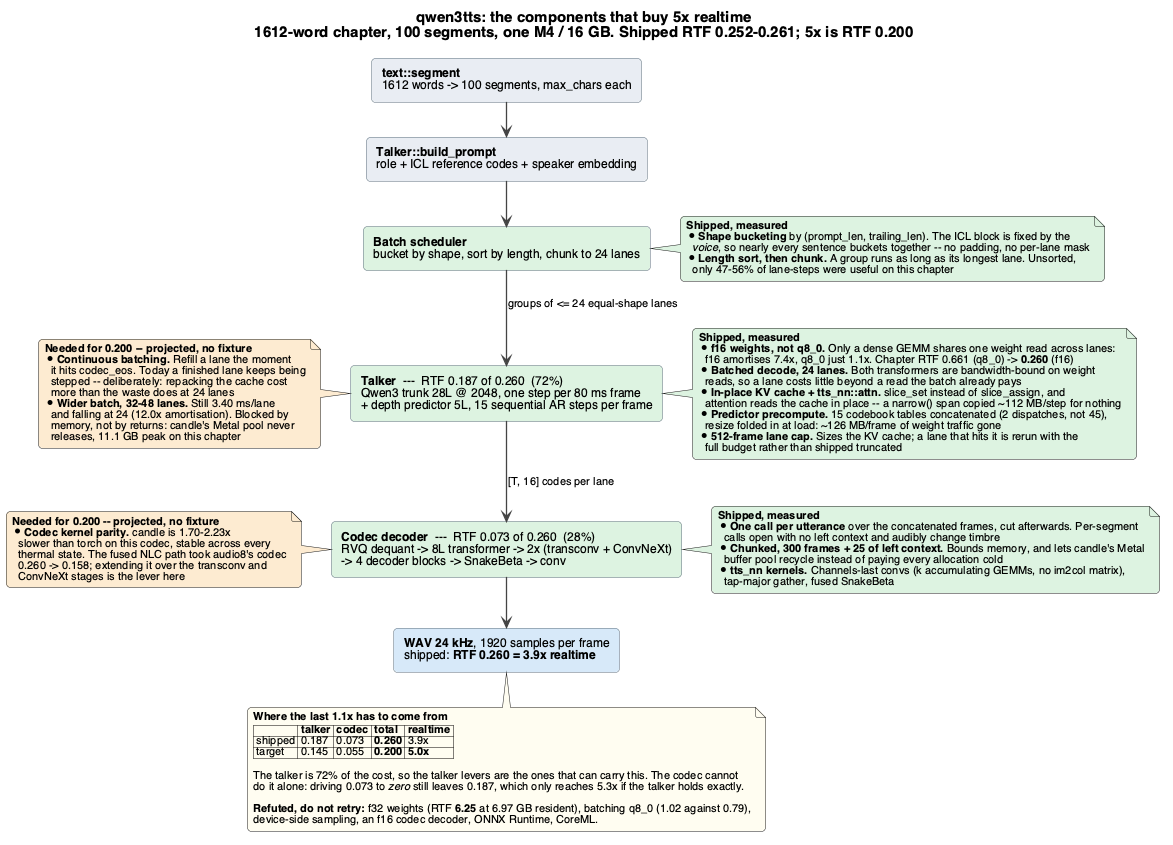
This is docs/qwen3tts-speedup.png from drmhse/dream-tts, a PlantUML export, as it was before one commit.
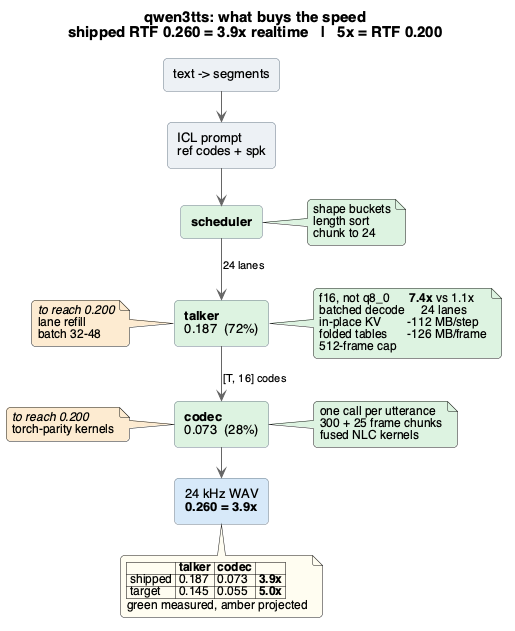
After the commit.

Commit message:
docs: strip the qwen3tts diagram down to names and numbers

Every box held a paragraph, which made the diagram unreadable at the
size it renders. The explanations belong in reference.md; the diagram
keeps the component names, the figure that justifies each one, and the
0.260 -> 0.200 budget.

The edit, as a diff of the source:
```diff
@@ -1,101 +1,71 @@
 @startuml qwen3tts-speedup
-title <b>qwen3tts: the components that buy 5x realtime</b>\n1612-word chapter, 100 segments, one M4 / 16 GB. Shipped RTF 0.252-0.261; 5x is RTF 0.200
+title <b>qwen3tts: what buys the speed</b>\nshipped RTF 0.260 = 3.9x realtime   |   5x = RTF 0.200
 
 skinparam backgroundColor #FFFFFF
 skinparam shadowing false
 skinparam defaultFontName Helvetica
-skinparam defaultFontSize 12
+skinparam defaultFontSize 13
 skinparam titleFontSize 15
 skinparam roundCorner 8
-skinparam nodesep 30
-skinparam ranksep 34
-skinparam ArrowColor #444444
+skinparam nodesep 45
+skinparam ranksep 30
+skinparam ArrowColor #666666
 skinparam ArrowFontSize 11
-skinparam ArrowThickness 1.3
 skinparam rectangle {
-  BorderColor #5A6B7A
-  BackgroundColor #E8EDF2
-  FontSize 12
+  BorderColor #6B7A88
+  BackgroundColor #EDF1F5
 }
-skinparam noteFontSize 11
+skinparam noteFontSize 12
 
-rectangle "**text::segment**\n1612 words -> 100 segments, max_chars each" as SEG
-rectangle "**Talker::build_prompt**\nrole + ICL reference codes + speaker embedding" as PROMPT
-rectangle "**Batch scheduler**\nbucket by shape, sort by length, chunk to 24 lanes" as SCHED #DDF3E0
-rectangle "**Talker**  ---  RTF 0.187 of 0.260  (72%)\nQwen3 trunk 28L @ 2048, one step per 80 ms frame\n+ depth predictor 5L, 15 sequential AR steps per frame" as TALKER #DDF3E0
-rectangle "**Codec decoder**  ---  RTF 0.073 of 0.260  (28%)\nRVQ dequant -> 8L transformer -> 2x (transconv + ConvNeXt)\n-> 4 decoder blocks -> SnakeBeta -> conv" as CODEC #DDF3E0
-rectangle "**WAV 24 kHz**, 1920 samples per frame\nshipped: **RTF 0.260 = 3.9x realtime**" as WAV #D6E9F8
+rectangle "text -> segments" as SEG
+rectangle "ICL prompt\nref codes + spk" as PROMPT
+rectangle "**scheduler**" as SCHED #DDF3E0
+rectangle "**talker**\n0.187  (72%)" as TALKER #DDF3E0
+rectangle "**codec**\n0.073  (28%)" as CODEC #DDF3E0
+rectangle "24 kHz WAV\n**0.260 = 3.9x**" as WAV #D6E9F8
 
 SEG --> PROMPT
 PROMPT --> SCHED
-SCHED --> TALKER : "groups of <= 24 equal-shape lanes"
-TALKER --> CODEC : "[T, 16] codes per lane"
+SCHED --> TALKER : "24 lanes"
+TALKER --> CODEC : "[T, 16] codes"
 CODEC --> WAV
 
 note right of SCHED #DDF3E0
-  <b>Shipped, measured</b>
-  * <b>Shape bucketing</b> by (prompt_len, trailing_len). The ICL block is fixed by the
-    <i>voice</i>, so nearly every sentence buckets together -- no padding, no per-lane mask
-  * <b>Length sort, then chunk.</b> A group runs as long as its longest lane. Unsorted,
-    only 47-56% of lane-steps were useful on this chapter
+  shape buckets
+  length sort
+  chunk to 24
 end note
 
 note right of TALKER #DDF3E0
-  <b>Shipped, measured</b>
-  * <b>f16 weights, not q8_0.</b> Only a dense GEMM shares one weight read across lanes:
-    f16 amortises 7.4x, q8_0 just 1.1x. Chapter RTF 0.661 (q8_0) -> <b>0.260</b> (f16)
-  * <b>Batched decode, 24 lanes.</b> Both transformers are bandwidth-bound on weight
-    reads, so a lane costs little beyond a read the batch already pays
-  * <b>In-place KV cache + tts_nn::attn.</b> slice_set instead of slice_assign, and
-    attention reads the cache in place -- a narrow() span copied ~112 MB/step for nothing
-  * <b>Predictor precompute.</b> 15 codebook tables concatenated (2 dispatches, not 45),
-    resize folded in at load: ~126 MB/frame of weight traffic gone
-  * <b>512-frame lane cap.</b> Sizes the KV cache; a lane that hits it is rerun with the
-    full budget rather than shipped truncated
+  f16, not q8_0      <b>7.4x</b> vs 1.1x
+  batched decode     24 lanes
+  in-place KV        -112 MB/step
+  folded tables      -126 MB/frame
+  512-frame cap
 end note
 
 note right of CODEC #DDF3E0
-  <b>Shipped, measured</b>
-  * <b>One call per utterance</b> over the concatenated frames, cut afterwards. Per-segment
-    calls open with no left context and audibly change timbre
-  * <b>Chunked, 300 frames + 25 of left context.</b> Bounds memory, and lets candle's Metal
-    buffer pool recycle instead of paying every allocation cold
-  * <b>tts_nn kernels.</b> Channels-last convs (k accumulating GEMMs, no im2col matrix),
-    tap-major gather, fused SnakeBeta
+  one call per utterance
+  300 + 25 frame chunks
+  fused NLC kernels
 end note
 
 note left of TALKER #FDEBD0
-  <b>Needed for 0.200 -- projected, no fixture</b>
-  * <b>Continuous batching.</b> Refill a lane the moment
-    it hits codec_eos. Today a finished lane keeps being
-    stepped -- deliberately: repacking the cache cost
-    more than the waste does at 24 lanes
-  * <b>Wider batch, 32-48 lanes.</b> Still 3.40 ms/lane
-    and falling at 24 (12.0x amortisation). Blocked by
-    memory, not by returns: candle's Metal pool never
-    releases, 11.1 GB peak on this chapter
+  <i>to reach 0.200</i>
+  lane refill
+  batch 32-48
 end note
 
 note left of CODEC #FDEBD0
-  <b>Needed for 0.200 -- projected, no fixture</b>
-  * <b>Codec kernel parity.</b> candle is 1.70-2.23x
-    slower than torch on this codec, stable across every
-    thermal state. The fused NLC path took audio8's codec
-    0.260 -> 0.158; extending it over the transconv and
-    ConvNeXt stages is the lever here
+  <i>to reach 0.200</i>
+  torch-parity kernels
 end note
 
 note bottom of WAV #FFFDF0
-  <b>Where the last 1.1x has to come from</b>
-  |= |= talker |= codec |= total |= realtime |
-  | shipped | 0.187 | 0.073 | <b>0.260</b> | 3.9x |
-  | target | 0.145 | 0.055 | <b>0.200</b> | <b>5.0x</b> |
-
-  The talker is 72% of the cost, so the talker levers are the ones that can carry this. The codec cannot
-  do it alone: driving 0.073 to <i>zero</i> still leaves 0.187, which only reaches 5.3x if the talker holds exactly.
-
-  <b>Refuted, do not retry:</b> f32 weights (RTF <b>6.25</b> at 6.97 GB resident), batching q8_0 (1.02 against 0.79),
-  device-side sampling, an f16 codec decoder, ONNX Runtime, CoreML.
+  |= |= talker |= codec |= |
+  | shipped | 0.187 | 0.073 | <b>3.9x</b> |
+  | target | 0.145 | 0.055 | <b>5.0x</b> |
+  green measured, amber projected
 end note
 
 @enduml
```
